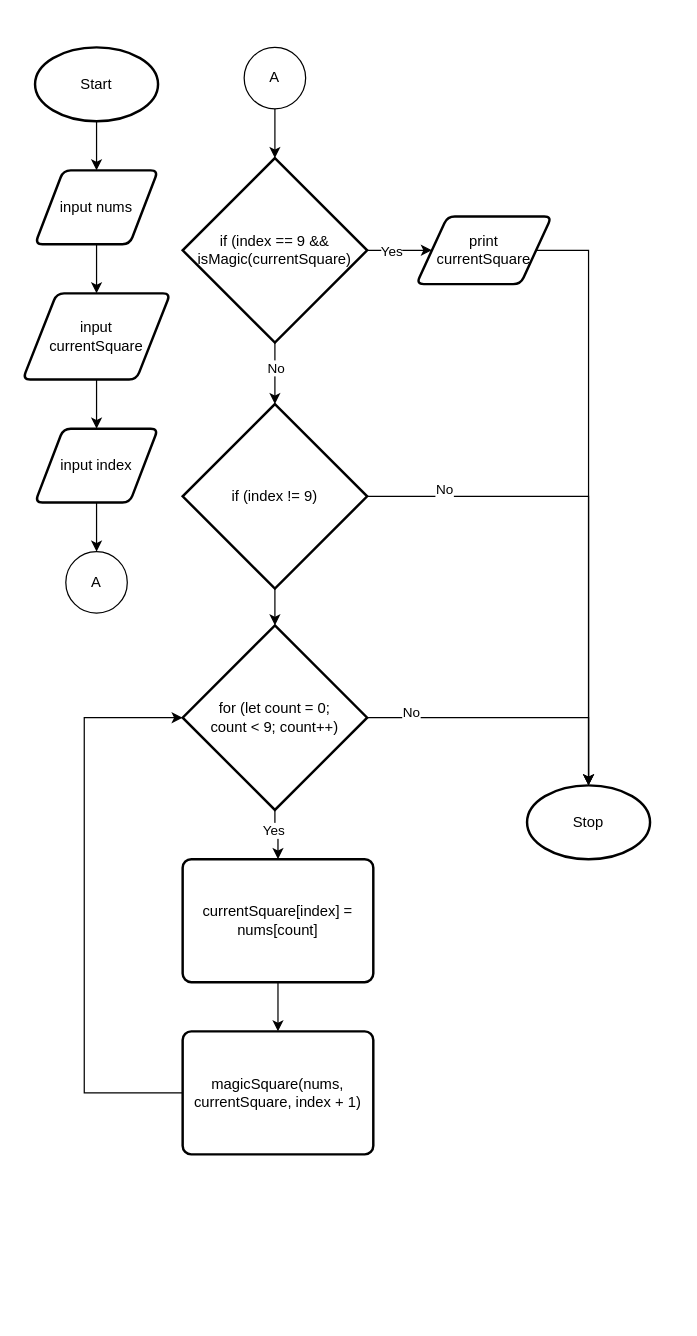
This is design/square.drawio from michael-clermont1/ics4u-unit3-05-typescript, a draw.io file, before an edit. Source tidied: cells renumbered, new cells numbered last; positions are measured from the earlier drawing's top-left corner, leaving out a move shared by most shapes. Both pictures are drawn from the tidied source at 123%, with x=0, y=0 at pixel (22, 47).
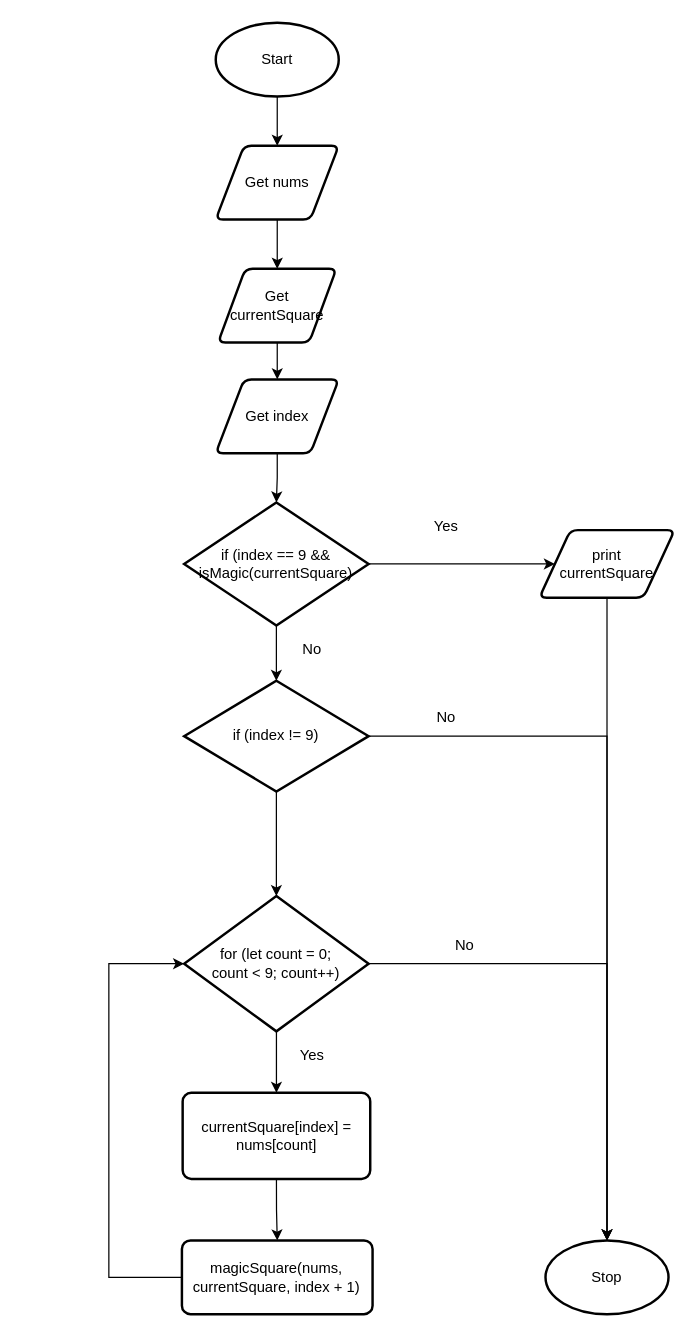
The same diagram, later.

Diff of the diagram source:
```diff
@@
-    <mxCell id="2" style="edgeStyle=none;html=1;exitX=0.5;exitY=1;exitDx=0;exitDy=0;exitPerimeter=0;entryX=0.5;entryY=0;entryDx=0;entryDy=0;" parent="1" edge="1" source="3" target="5">
+    <mxCell id="2" style="edgeStyle=orthogonalEdgeStyle;rounded=0;html=1;entryX=0.5;entryY=0;entryDx=0;entryDy=0;" parent="1" edge="1" source="3" target="5">
       <mxGeometry relative="1" as="geometry" />
     </mxCell>
     <mxCell id="3" value="Start" style="strokeWidth=2;html=1;shape=mxgraph.flowchart.start_1;whiteSpace=wrap;" parent="1" vertex="1">
-      <mxGeometry x="10" width="100" height="60" as="geometry" />
+      <mxGeometry x="156.9" y="-20" width="100" height="60" as="geometry" />
     </mxCell>
-    <mxCell id="4" style="edgeStyle=none;html=1;exitX=0.5;exitY=1;exitDx=0;exitDy=0;" parent="1" edge="1" source="5" target="7">
+    <mxCell id="4" style="edgeStyle=orthogonalEdgeStyle;rounded=0;html=1;entryX=0.5;entryY=0;entryDx=0;entryDy=0;" parent="1" edge="1" source="5" target="7">
       <mxGeometry relative="1" as="geometry" />
     </mxCell>
-    <mxCell id="5" value="input nums" style="shape=parallelogram;html=1;strokeWidth=2;perimeter=parallelogramPerimeter;whiteSpace=wrap;rounded=1;arcSize=12;size=0.23;" parent="1" vertex="1">
-      <mxGeometry x="10" y="100" width="100" height="60" as="geometry" />
+    <mxCell id="5" value="Get nums" style="shape=parallelogram;html=1;strokeWidth=2;perimeter=parallelogramPerimeter;whiteSpace=wrap;rounded=1;arcSize=12;size=0.23;" parent="1" vertex="1">
+      <mxGeometry x="156.9" y="80" width="100" height="60" as="geometry" />
     </mxCell>
-    <mxCell id="6" style="edgeStyle=none;html=1;exitX=0.5;exitY=1;exitDx=0;exitDy=0;entryX=0.5;entryY=0;entryDx=0;entryDy=0;" parent="1" edge="1" source="7" target="9">
+    <mxCell id="6" style="edgeStyle=orthogonalEdgeStyle;rounded=0;html=1;entryX=0.5;entryY=0;entryDx=0;entryDy=0;" parent="1" edge="1" source="7" target="9">
       <mxGeometry relative="1" as="geometry" />
     </mxCell>
-    <mxCell id="7" value="input &lt;br&gt;currentSquare" style="shape=parallelogram;html=1;strokeWidth=2;perimeter=parallelogramPerimeter;whiteSpace=wrap;rounded=1;arcSize=12;size=0.23;" parent="1" vertex="1">
-      <mxGeometry y="200" width="120" height="70" as="geometry" />
+    <mxCell id="7" value="Get currentSquare" style="shape=parallelogram;html=1;strokeWidth=2;perimeter=parallelogramPerimeter;whiteSpace=wrap;rounded=1;arcSize=12;size=0.23;" parent="1" vertex="1">
+      <mxGeometry x="158.8" y="180" width="96.2" height="60" as="geometry" />
     </mxCell>
-    <mxCell id="8" style="edgeStyle=none;html=1;exitX=0.5;exitY=1;exitDx=0;exitDy=0;" parent="1" edge="1" source="9" target="10">
-      <mxGeometry relative="1" as="geometry" />
-    </mxCell>
+    <mxCell id="34" style="edgeStyle=orthogonalEdgeStyle;rounded=0;html=1;entryX=0.5;entryY=0;entryDx=0;entryDy=0;entryPerimeter=0;" parent="1" edge="1" source="9" target="17">
+      <mxGeometry relative="1" as="geometry" />
+    </mxCell>
-    <mxCell id="9" value="input index" style="shape=parallelogram;html=1;strokeWidth=2;perimeter=parallelogramPerimeter;whiteSpace=wrap;rounded=1;arcSize=12;size=0.23;" parent="1" vertex="1">
-      <mxGeometry x="10" y="310" width="100" height="60" as="geometry" />
+    <mxCell id="9" value="Get index" style="shape=parallelogram;html=1;strokeWidth=2;perimeter=parallelogramPerimeter;whiteSpace=wrap;rounded=1;arcSize=12;size=0.23;" parent="1" vertex="1">
+      <mxGeometry x="156.9" y="270" width="100" height="60" as="geometry" />
     </mxCell>
-    <mxCell id="10" value="A" style="ellipse;whiteSpace=wrap;html=1;" parent="1" vertex="1">
-      <mxGeometry x="35" y="410" width="50" height="50" as="geometry" />
-    </mxCell>
-    <mxCell id="11" style="edgeStyle=none;html=1;exitX=0.5;exitY=1;exitDx=0;exitDy=0;" parent="1" edge="1" source="12" target="17">
-      <mxGeometry relative="1" as="geometry" />
-    </mxCell>
-    <mxCell id="12" value="A" style="ellipse;whiteSpace=wrap;html=1;" parent="1" vertex="1">
-      <mxGeometry x="180" width="50" height="50" as="geometry" />
-    </mxCell>
+    <mxCell id="15" style="edgeStyle=orthogonalEdgeStyle;rounded=0;html=1;entryX=0.5;entryY=0;entryDx=0;entryDy=0;entryPerimeter=0;" parent="1" edge="1" source="17" target="23">
+      <mxGeometry relative="1" as="geometry" />
+    </mxCell>
-    <mxCell id="13" style="edgeStyle=orthogonalEdgeStyle;html=1;exitX=1;exitY=0.5;exitDx=0;exitDy=0;exitPerimeter=0;entryX=0;entryY=0.5;entryDx=0;entryDy=0;rounded=0;" parent="1" edge="1" source="17" target="19">
+    <mxCell id="13" style="edgeStyle=orthogonalEdgeStyle;rounded=0;html=1;entryX=0;entryY=0.5;entryDx=0;entryDy=0;" parent="1" edge="1" source="17" target="19">
       <mxGeometry relative="1" as="geometry" />
     </mxCell>
-    <mxCell id="14" value="Yes" style="edgeLabel;html=1;align=center;verticalAlign=middle;" parent="13" vertex="1">
-      <mxGeometry x="-0.26" relative="1" as="geometry" />
-    </mxCell>
-    <mxCell id="15" style="edgeStyle=orthogonalEdgeStyle;rounded=0;html=1;exitX=0.5;exitY=1;exitDx=0;exitDy=0;exitPerimeter=0;entryX=0.5;entryY=0;entryDx=0;entryDy=0;entryPerimeter=0;" parent="1" edge="1" source="17" target="23">
-      <mxGeometry relative="1" as="geometry" />
-    </mxCell>
-    <mxCell id="16" value="No" style="edgeLabel;html=1;align=center;verticalAlign=middle;" parent="15" vertex="1">
-      <mxGeometry x="-0.21" relative="1" as="geometry" />
-    </mxCell>
     <mxCell id="17" value="if (index == 9 &amp;amp;&amp;amp; isMagic(currentSquare)" style="strokeWidth=2;html=1;shape=mxgraph.flowchart.decision;whiteSpace=wrap;" parent="1" vertex="1">
-      <mxGeometry x="130" y="90" width="150" height="150" as="geometry" />
+      <mxGeometry x="131.2" y="370" width="150" height="100" as="geometry" />
     </mxCell>
-    <mxCell id="18" style="edgeStyle=orthogonalEdgeStyle;rounded=0;html=1;exitX=1;exitY=0.5;exitDx=0;exitDy=0;entryX=0.5;entryY=0;entryDx=0;entryDy=0;entryPerimeter=0;" parent="1" edge="1" source="19" target="33">
-      <mxGeometry relative="1" as="geometry">
-        <Array as="points">
-          <mxPoint x="460" y="165" />
-        </Array>
-      </mxGeometry>
+    <mxCell id="18" style="edgeStyle=orthogonalEdgeStyle;rounded=0;html=1;entryX=0.5;entryY=0;entryDx=0;entryDy=0;entryPerimeter=0;" parent="1" edge="1" source="19" target="33">
+      <mxGeometry relative="1" as="geometry" />
     </mxCell>
     <mxCell id="19" value="print&lt;br&gt;currentSquare" style="shape=parallelogram;html=1;strokeWidth=2;perimeter=parallelogramPerimeter;whiteSpace=wrap;rounded=1;arcSize=12;size=0.23;" parent="1" vertex="1">
-      <mxGeometry x="320" y="137.5" width="110" height="55" as="geometry" />
+      <mxGeometry x="420" y="392.5" width="110" height="55" as="geometry" />
     </mxCell>
@@
-    <mxCell id="21" style="edgeStyle=orthogonalEdgeStyle;rounded=0;html=1;exitX=1;exitY=0.5;exitDx=0;exitDy=0;exitPerimeter=0;entryX=0.5;entryY=0;entryDx=0;entryDy=0;entryPerimeter=0;" parent="1" edge="1" source="23" target="33">
+    <mxCell id="21" style="edgeStyle=orthogonalEdgeStyle;rounded=0;html=1;entryX=0.5;entryY=0;entryDx=0;entryDy=0;entryPerimeter=0;" parent="1" edge="1" source="23" target="33">
       <mxGeometry relative="1" as="geometry" />
     </mxCell>
+    <mxCell id="23" value="if (index != 9)" style="strokeWidth=2;html=1;shape=mxgraph.flowchart.decision;whiteSpace=wrap;" parent="1" vertex="1">
+      <mxGeometry x="131.2" y="515" width="150" height="90" as="geometry" />
+    </mxCell>
-    <mxCell id="22" value="No" style="edgeLabel;html=1;align=center;verticalAlign=middle;" parent="21" vertex="1">
-      <mxGeometry x="-0.7" y="6" relative="1" as="geometry" />
+    <mxCell id="22" style="edgeStyle=none;html=1;entryX=0.5;entryY=0;entryDx=0;entryDy=0;" parent="1" edge="1" source="28" target="30">
+      <mxGeometry relative="1" as="geometry" />
     </mxCell>
-    <mxCell id="23" value="if (index != 9)" style="strokeWidth=2;html=1;shape=mxgraph.flowchart.decision;whiteSpace=wrap;" parent="1" vertex="1">
-      <mxGeometry x="130" y="290" width="150" height="150" as="geometry" />
-    </mxCell>
-    <mxCell id="24" style="edgeStyle=orthogonalEdgeStyle;rounded=0;html=1;exitX=0.5;exitY=1;exitDx=0;exitDy=0;exitPerimeter=0;entryX=0.5;entryY=0;entryDx=0;entryDy=0;" parent="1" edge="1" source="28" target="30">
-      <mxGeometry relative="1" as="geometry" />
-    </mxCell>
-    <mxCell id="25" value="Yes" style="edgeLabel;html=1;align=center;verticalAlign=middle;" parent="24" vertex="1">
-      <mxGeometry x="-0.24" y="-2" relative="1" as="geometry" />
-    </mxCell>
-    <mxCell id="26" style="edgeStyle=orthogonalEdgeStyle;rounded=0;html=1;exitX=1;exitY=0.5;exitDx=0;exitDy=0;exitPerimeter=0;entryX=0.5;entryY=0;entryDx=0;entryDy=0;entryPerimeter=0;" parent="1" edge="1" source="28" target="33">
+    <mxCell id="26" style="edgeStyle=orthogonalEdgeStyle;rounded=0;html=1;entryX=0.5;entryY=0;entryDx=0;entryDy=0;entryPerimeter=0;" parent="1" edge="1" source="28" target="33">
       <mxGeometry relative="1" as="geometry" />
     </mxCell>
-    <mxCell id="27" value="No" style="edgeLabel;html=1;align=center;verticalAlign=middle;" parent="26" vertex="1">
-      <mxGeometry x="-0.7" y="5" relative="1" as="geometry" />
-    </mxCell>
     <mxCell id="28" value="for (let count = 0; &lt;br&gt;count &amp;lt; 9; count++)" style="strokeWidth=2;html=1;shape=mxgraph.flowchart.decision;whiteSpace=wrap;" parent="1" vertex="1">
-      <mxGeometry x="130" y="470" width="150" height="150" as="geometry" />
+      <mxGeometry x="131.2" y="690" width="150" height="110" as="geometry" />
     </mxCell>
@@
     <mxCell id="30" value="currentSquare[index] = nums[count]" style="rounded=1;whiteSpace=wrap;html=1;absoluteArcSize=1;arcSize=14;strokeWidth=2;" parent="1" vertex="1">
-      <mxGeometry x="130" y="660" width="155" height="100" as="geometry" />
+      <mxGeometry x="130" y="850" width="152.5" height="70" as="geometry" />
     </mxCell>
-    <mxCell id="31" style="edgeStyle=orthogonalEdgeStyle;rounded=0;html=1;exitX=0;exitY=0.5;exitDx=0;exitDy=0;entryX=0;entryY=0.5;entryDx=0;entryDy=0;entryPerimeter=0;" parent="1" edge="1" source="32" target="28">
+    <mxCell id="31" style="edgeStyle=orthogonalEdgeStyle;rounded=0;html=1;entryX=0;entryY=0.5;entryDx=0;entryDy=0;entryPerimeter=0;" parent="1" edge="1" source="32" target="28">
       <mxGeometry relative="1" as="geometry">
         <Array as="points">
-          <mxPoint x="50" y="850" />
-          <mxPoint x="50" y="545" />
+          <mxPoint x="70" y="1000" />
+          <mxPoint x="70" y="745" />
         </Array>
       </mxGeometry>
     </mxCell>
     <mxCell id="32" value="magicSquare(nums, currentSquare, index + 1)" style="rounded=1;whiteSpace=wrap;html=1;absoluteArcSize=1;arcSize=14;strokeWidth=2;" parent="1" vertex="1">
-      <mxGeometry x="130" y="800" width="155" height="100" as="geometry" />
+      <mxGeometry x="129.4" y="970" width="155" height="60" as="geometry" />
     </mxCell>
     <mxCell id="33" value="Stop" style="strokeWidth=2;html=1;shape=mxgraph.flowchart.start_1;whiteSpace=wrap;" parent="1" vertex="1">
-      <mxGeometry x="410" y="600" width="100" height="60" as="geometry" />
+      <mxGeometry x="425" y="970" width="100" height="60" as="geometry" />
     </mxCell>
+    <mxCell id="35" value="Yes" style="text;html=1;align=center;verticalAlign=middle;strokeColor=none;fillColor=none;" parent="1" vertex="1">
+      <mxGeometry x="215" y="810" width="40" height="20" as="geometry" />
+    </mxCell>
+    <mxCell id="36" value="Yes" style="text;html=1;align=center;verticalAlign=middle;strokeColor=none;fillColor=none;" parent="1" vertex="1">
+      <mxGeometry x="324" y="380" width="40" height="20" as="geometry" />
+    </mxCell>
+    <mxCell id="37" value="No" style="text;html=1;align=center;verticalAlign=middle;strokeColor=none;fillColor=none;" parent="1" vertex="1">
+      <mxGeometry x="329" y="535" width="30" height="20" as="geometry" />
+    </mxCell>
+    <mxCell id="38" value="No" style="text;html=1;align=center;verticalAlign=middle;strokeColor=none;fillColor=none;" parent="1" vertex="1">
+      <mxGeometry x="344" y="720" width="30" height="20" as="geometry" />
+    </mxCell>
+    <mxCell id="39" value="No" style="text;html=1;align=center;verticalAlign=middle;strokeColor=none;fillColor=none;" parent="1" vertex="1">
+      <mxGeometry x="220" y="480" width="30" height="20" as="geometry" />
+    </mxCell>
```
